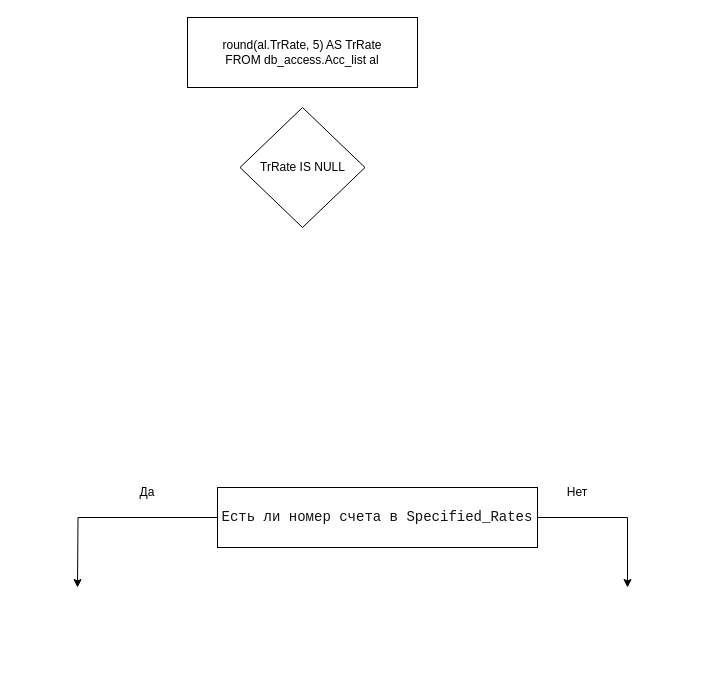
This is Диаграмма без названия.drawio from NATALYAAAAAAAA/potter, a draw.io file, before an edit. Source tidied: cells renumbered, new cells numbered last; positions are measured from the earlier drawing's top-left corner, leaving out a move shared by most shapes. Both pictures are drawn from the tidied source at 100%, with x=0, y=0 at pixel (77, 17).
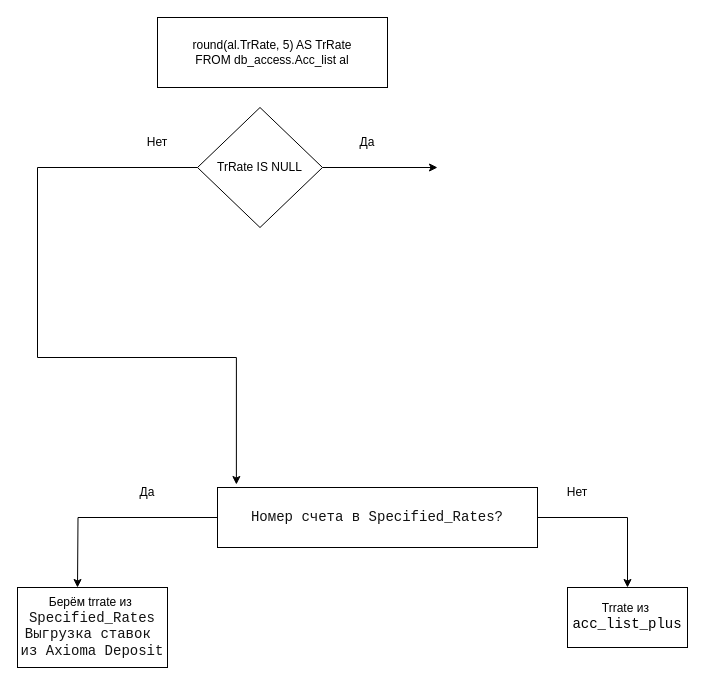
Above is the later version.

The edit, as a diff of the source:
```diff
@@
 <mxGraphModel>
   <root>
     <mxCell id="0" />
     <mxCell id="1" parent="0" />
     <mxCell id="2" value="&lt;div&gt;round(al.TrRate, 5) AS TrRate&lt;/div&gt;&lt;div&gt;FROM db_access.Acc_list al&lt;/div&gt;" style="rounded=0;whiteSpace=wrap;html=1;" parent="1" vertex="1">
-      <mxGeometry x="110" width="230" height="70" as="geometry" />
+      <mxGeometry x="80" width="230" height="70" as="geometry" />
     </mxCell>
+    <mxCell id="9" style="edgeStyle=orthogonalEdgeStyle;rounded=0;jettySize=auto;html=1;" parent="1" edge="1" source="3">
+      <mxGeometry relative="1" as="geometry">
+        <mxPoint x="360" y="150" as="targetPoint" />
+      </mxGeometry>
+    </mxCell>
     <mxCell id="3" value="TrRate IS NULL" style="rhombus;whiteSpace=wrap;html=1;" parent="1" vertex="1">
-      <mxGeometry x="162.5" y="90" width="125" height="120" as="geometry" />
+      <mxGeometry x="120" y="90" width="125" height="120" as="geometry" />
     </mxCell>
     <mxCell id="4" style="edgeStyle=orthogonalEdgeStyle;rounded=0;jettySize=auto;html=1;exitX=0;exitY=0.5;exitDx=0;exitDy=0;" parent="1" edge="1" source="6">
       <mxGeometry relative="1" as="geometry">
         <mxPoint y="570" as="targetPoint" />
       </mxGeometry>
     </mxCell>
     <mxCell id="5" style="edgeStyle=orthogonalEdgeStyle;rounded=0;jettySize=auto;html=1;exitX=1;exitY=0.5;exitDx=0;exitDy=0;" parent="1" edge="1" source="6">
       <mxGeometry relative="1" as="geometry">
         <mxPoint x="550" y="570" as="targetPoint" />
         <Array as="points">
           <mxPoint x="550" y="500" />
         </Array>
       </mxGeometry>
     </mxCell>
-    <mxCell id="6" value="&lt;div style=&quot;line-height: 19px;&quot;&gt;&lt;font face=&quot;Consolas, Courier New, monospace&quot; style=&quot;color: light-dark(rgb(18, 18, 18), rgb(62, 62, 62));&quot;&gt;&lt;span style=&quot;font-size: 14px; white-space: pre;&quot;&gt;Есть ли номер счета в Specified_Rates&lt;/span&gt;&lt;/font&gt;&lt;/div&gt;" style="rounded=0;whiteSpace=wrap;html=1;" parent="1" vertex="1">
+    <mxCell id="6" value="&lt;div style=&quot;line-height: 19px;&quot;&gt;&lt;font face=&quot;Consolas, Courier New, monospace&quot; style=&quot;color: light-dark(rgb(18, 18, 18), rgb(62, 62, 62));&quot;&gt;&lt;span style=&quot;font-size: 14px; white-space: pre;&quot;&gt;Номер счета в Specified_Rates?&lt;/span&gt;&lt;/font&gt;&lt;/div&gt;" style="rounded=0;whiteSpace=wrap;html=1;" parent="1" vertex="1">
       <mxGeometry x="140" y="470" width="320" height="60" as="geometry" />
     </mxCell>
     <mxCell id="7" value="Да" style="text;html=1;whiteSpace=wrap;strokeColor=none;fillColor=none;align=center;verticalAlign=middle;rounded=0;" parent="1" vertex="1">
       <mxGeometry x="40" y="460" width="60" height="30" as="geometry" />
     </mxCell>
     <mxCell id="8" value="Нет" style="text;html=1;whiteSpace=wrap;strokeColor=none;fillColor=none;align=center;verticalAlign=middle;rounded=0;" parent="1" vertex="1">
       <mxGeometry x="470" y="460" width="60" height="30" as="geometry" />
     </mxCell>
+    <mxCell id="10" value="Берём trrate из&amp;nbsp;&lt;div&gt;&lt;span style=&quot;color: rgb(18, 18, 18); font-family: Consolas, &amp;quot;Courier New&amp;quot;, monospace; font-size: 14px; white-space: pre;&quot;&gt;Specified_Rates&lt;/span&gt;&lt;/div&gt;&lt;div&gt;&lt;span style=&quot;color: rgb(18, 18, 18); font-family: Consolas, &amp;quot;Courier New&amp;quot;, monospace; font-size: 14px; white-space: pre;&quot;&gt;Выгрузка ставок &lt;/span&gt;&lt;/div&gt;&lt;div&gt;&lt;span style=&quot;color: rgb(18, 18, 18); font-family: Consolas, &amp;quot;Courier New&amp;quot;, monospace; font-size: 14px; white-space: pre;&quot;&gt;из Axioma Deposit&lt;/span&gt;&lt;/div&gt;" style="rounded=0;whiteSpace=wrap;html=1;" parent="1" vertex="1">
+      <mxGeometry x="-60" y="570" width="150" height="80" as="geometry" />
+    </mxCell>
+    <mxCell id="11" value="&lt;font style=&quot;color: rgb(0, 0, 0);&quot;&gt;Trrate из&amp;nbsp;&lt;/font&gt;&lt;div&gt;&lt;div style=&quot;font-family: Consolas, &amp;quot;Courier New&amp;quot;, monospace; font-size: 14px; line-height: 19px; white-space: pre;&quot;&gt;&lt;font style=&quot;color: rgb(0, 0, 0);&quot;&gt;acc_list_plus&lt;/font&gt;&lt;/div&gt;&lt;/div&gt;" style="rounded=0;whiteSpace=wrap;html=1;" parent="1" vertex="1">
+      <mxGeometry x="490" y="570" width="120" height="60" as="geometry" />
+    </mxCell>
+    <mxCell id="12" style="edgeStyle=orthogonalEdgeStyle;rounded=0;jettySize=auto;html=1;exitX=0;exitY=0.5;exitDx=0;exitDy=0;entryX=0.059;entryY=-0.05;entryDx=0;entryDy=0;entryPerimeter=0;" parent="1" edge="1" source="3" target="6">
+      <mxGeometry relative="1" as="geometry">
+        <Array as="points">
+          <mxPoint x="-40" y="150" />
+          <mxPoint x="-40" y="340" />
+          <mxPoint x="159" y="340" />
+        </Array>
+      </mxGeometry>
+    </mxCell>
+    <mxCell id="13" value="Нет" style="text;html=1;whiteSpace=wrap;strokeColor=none;fillColor=none;align=center;verticalAlign=middle;rounded=0;" parent="1" vertex="1">
+      <mxGeometry x="50" y="110" width="60" height="30" as="geometry" />
+    </mxCell>
+    <mxCell id="14" value="Да" style="text;html=1;whiteSpace=wrap;strokeColor=none;fillColor=none;align=center;verticalAlign=middle;rounded=0;" parent="1" vertex="1">
+      <mxGeometry x="260" y="110" width="60" height="30" as="geometry" />
+    </mxCell>
   </root>
 </mxGraphModel>
```
